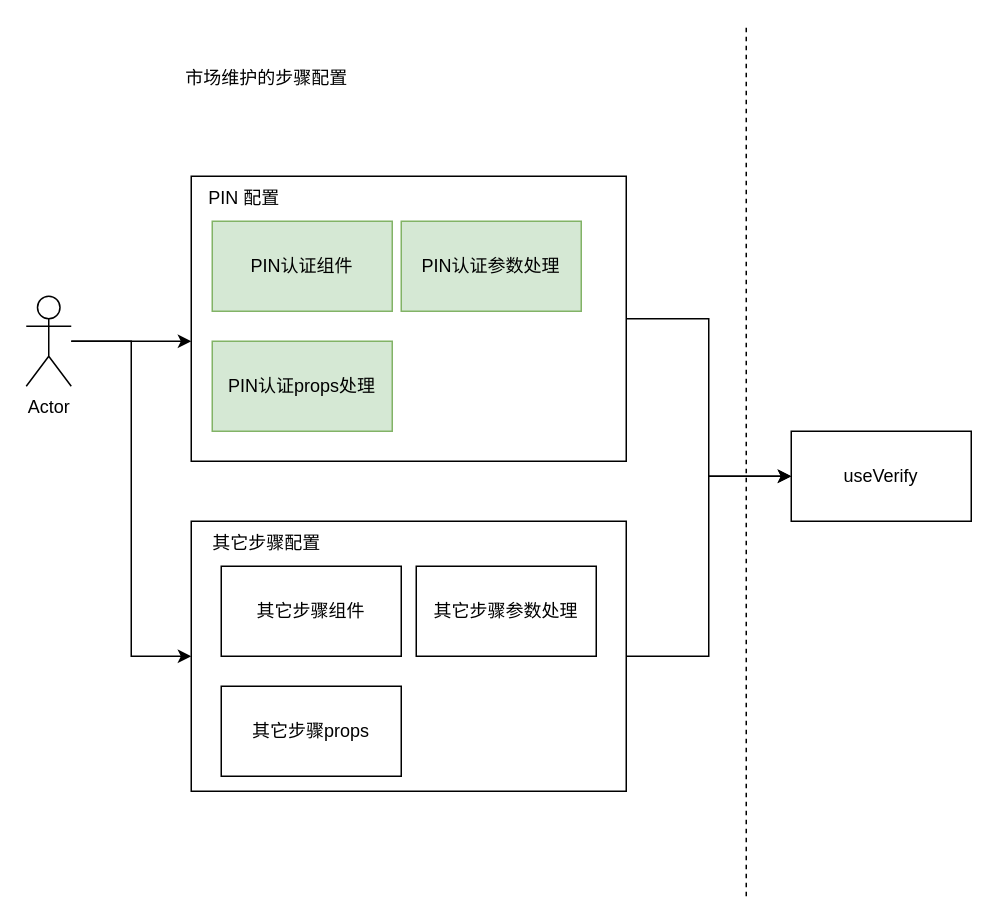
This is page "第 10 页" (10 of 12) of useVerify/状态机.drawio from RexYao97/sfrex, a draw.io file, before an edit. Source tidied: cells renumbered, new cells numbered last; positions are measured from the earlier drawing's top-left corner, leaving out a move shared by most shapes. Both pictures are drawn from the tidied source at 150%, with x=0, y=0 at pixel (26, 26).
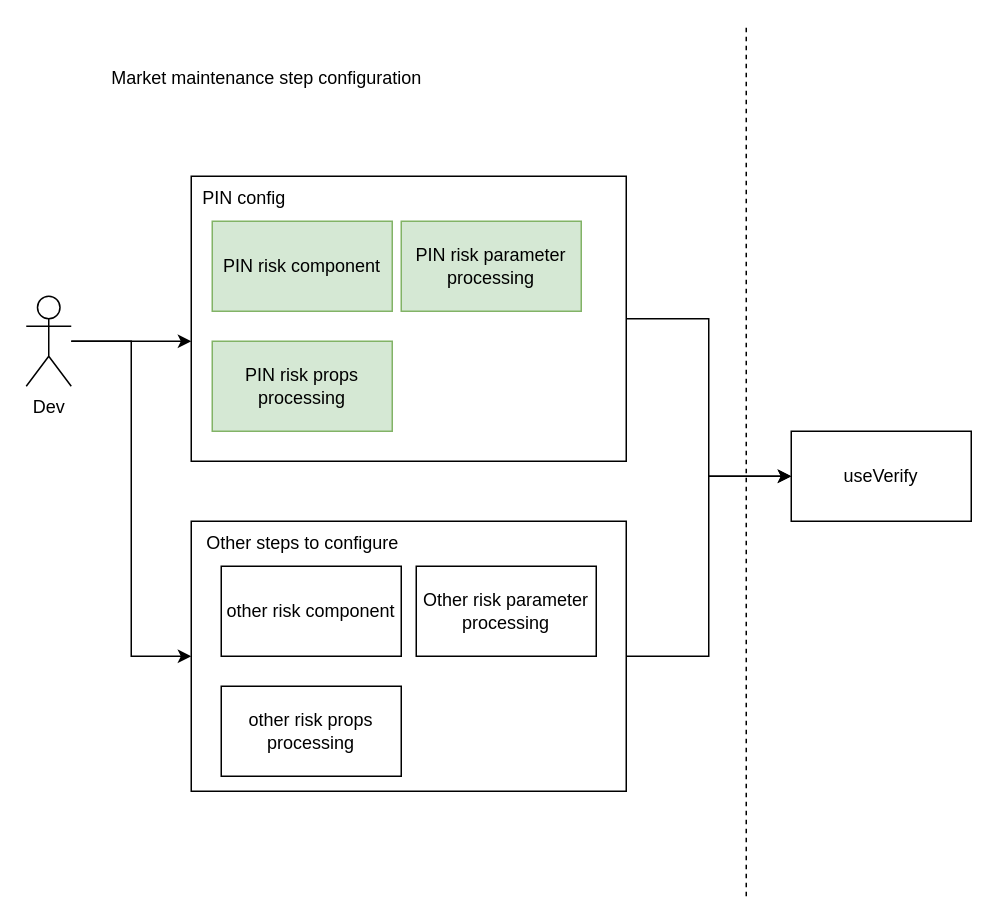
The same page after the edit.

Diff of the diagram source:
```diff
@@
-    <mxCell id="6" value="Actor" style="shape=umlActor;verticalLabelPosition=bottom;verticalAlign=top;html=1;outlineConnect=0;" parent="1" vertex="1">
+    <mxCell id="6" value="Dev" style="shape=umlActor;verticalLabelPosition=bottom;verticalAlign=top;html=1;outlineConnect=0;" parent="1" vertex="1">
       <mxGeometry y="180" width="30" height="60" as="geometry" />
     </mxCell>
@@
-    <mxCell id="9" value="PIN认证组件" style="rounded=0;whiteSpace=wrap;html=1;fillColor=#d5e8d4;strokeColor=#82b366;" parent="1" vertex="1">
+    <mxCell id="9" value="PIN risk component" style="rounded=0;whiteSpace=wrap;html=1;fillColor=#d5e8d4;strokeColor=#82b366;" parent="1" vertex="1">
       <mxGeometry x="124" y="130" width="120" height="60" as="geometry" />
     </mxCell>
-    <mxCell id="10" value="PIN认证props处理" style="rounded=0;whiteSpace=wrap;html=1;fillColor=#d5e8d4;strokeColor=#82b366;" parent="1" vertex="1">
+    <mxCell id="10" value="PIN risk props processing" style="rounded=0;whiteSpace=wrap;html=1;fillColor=#d5e8d4;strokeColor=#82b366;" parent="1" vertex="1">
       <mxGeometry x="124" y="210" width="120" height="60" as="geometry" />
     </mxCell>
-    <mxCell id="11" value="市场维护的步骤配置" style="text;html=1;align=center;verticalAlign=middle;strokeColor=none;fillColor=none;" parent="1" vertex="1">
-      <mxGeometry x="95" y="20" width="130" height="30" as="geometry" />
+    <mxCell id="11" value="Market maintenance step configuration" style="text;html=1;align=center;verticalAlign=middle;strokeColor=none;fillColor=none;" parent="1" vertex="1">
+      <mxGeometry x="45" y="20" width="230" height="30" as="geometry" />
     </mxCell>
-    <mxCell id="12" value="PIN认证参数处理" style="rounded=0;whiteSpace=wrap;html=1;fillColor=#d5e8d4;strokeColor=#82b366;" parent="1" vertex="1">
+    <mxCell id="12" value="PIN risk parameter processing" style="rounded=0;whiteSpace=wrap;html=1;fillColor=#d5e8d4;strokeColor=#82b366;" parent="1" vertex="1">
       <mxGeometry x="250" y="130" width="120" height="60" as="geometry" />
     </mxCell>
-    <mxCell id="13" value="PIN 配置" style="text;html=1;align=center;verticalAlign=middle;strokeColor=none;fillColor=none;" parent="1" vertex="1">
-      <mxGeometry x="110" y="100" width="70" height="30" as="geometry" />
+    <mxCell id="13" value="PIN config" style="text;html=1;align=center;verticalAlign=middle;strokeColor=none;fillColor=none;" parent="1" vertex="1">
+      <mxGeometry x="105" y="100" width="80" height="30" as="geometry" />
     </mxCell>
-    <mxCell id="14" value="其它步骤组件" style="rounded=0;whiteSpace=wrap;html=1;" parent="1" vertex="1">
+    <mxCell id="14" value="other risk component" style="rounded=0;whiteSpace=wrap;html=1;" parent="1" vertex="1">
       <mxGeometry x="130" y="360" width="120" height="60" as="geometry" />
     </mxCell>
-    <mxCell id="15" value="其它步骤props" style="rounded=0;whiteSpace=wrap;html=1;" parent="1" vertex="1">
+    <mxCell id="15" value="other risk props processing" style="rounded=0;whiteSpace=wrap;html=1;" parent="1" vertex="1">
       <mxGeometry x="130" y="440" width="120" height="60" as="geometry" />
     </mxCell>
-    <mxCell id="16" value="其它步骤参数处理" style="rounded=0;whiteSpace=wrap;html=1;" parent="1" vertex="1">
+    <mxCell id="16" value="Other risk parameter processing" style="rounded=0;whiteSpace=wrap;html=1;" parent="1" vertex="1">
       <mxGeometry x="260" y="360" width="120" height="60" as="geometry" />
     </mxCell>
-    <mxCell id="17" value="其它步骤配置" style="text;html=1;align=center;verticalAlign=middle;strokeColor=none;fillColor=none;" parent="1" vertex="1">
-      <mxGeometry x="110" y="330" width="100" height="30" as="geometry" />
+    <mxCell id="17" value="Other steps to configure" style="text;html=1;align=center;verticalAlign=middle;strokeColor=none;fillColor=none;" parent="1" vertex="1">
+      <mxGeometry x="109" y="330" width="150" height="30" as="geometry" />
     </mxCell>
```
